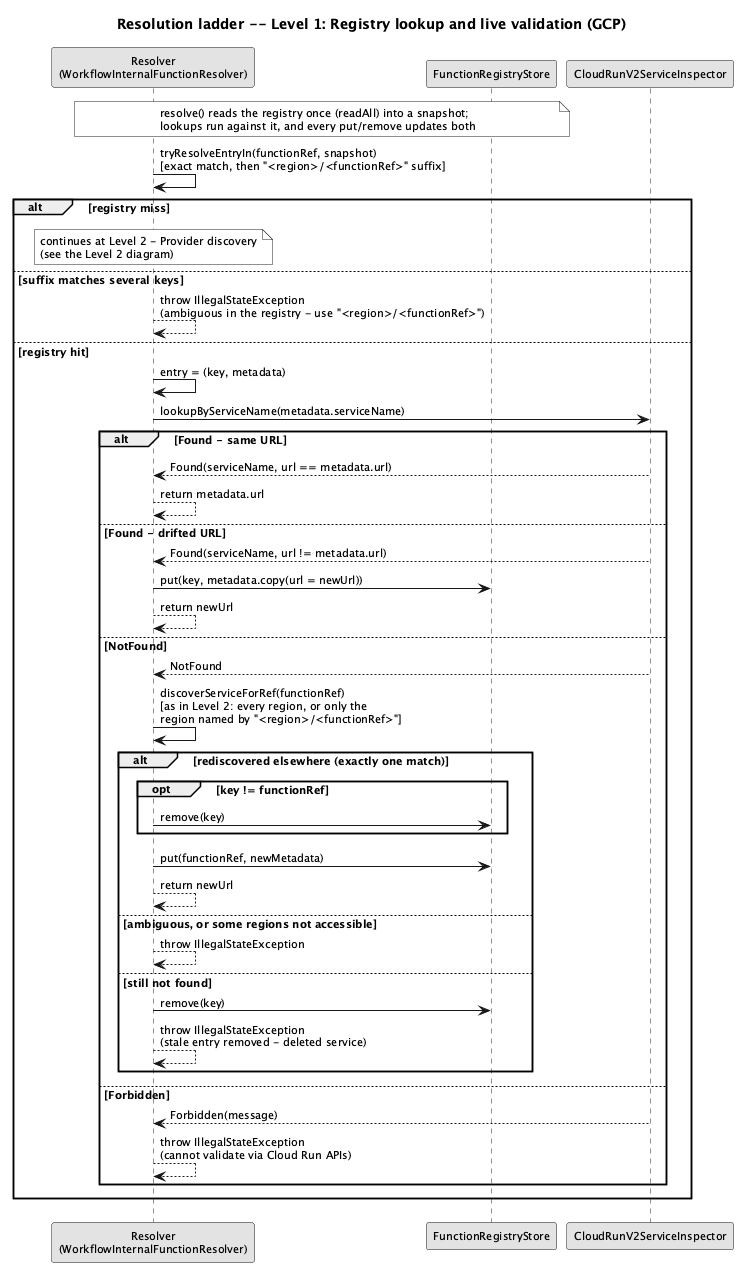
This is diagrams/resolution-cascade-level1-gcp.png from EngenheiroPedroCarvalho/ISEL-Thesis-2526, a PlantUML export, as it was before one commit.
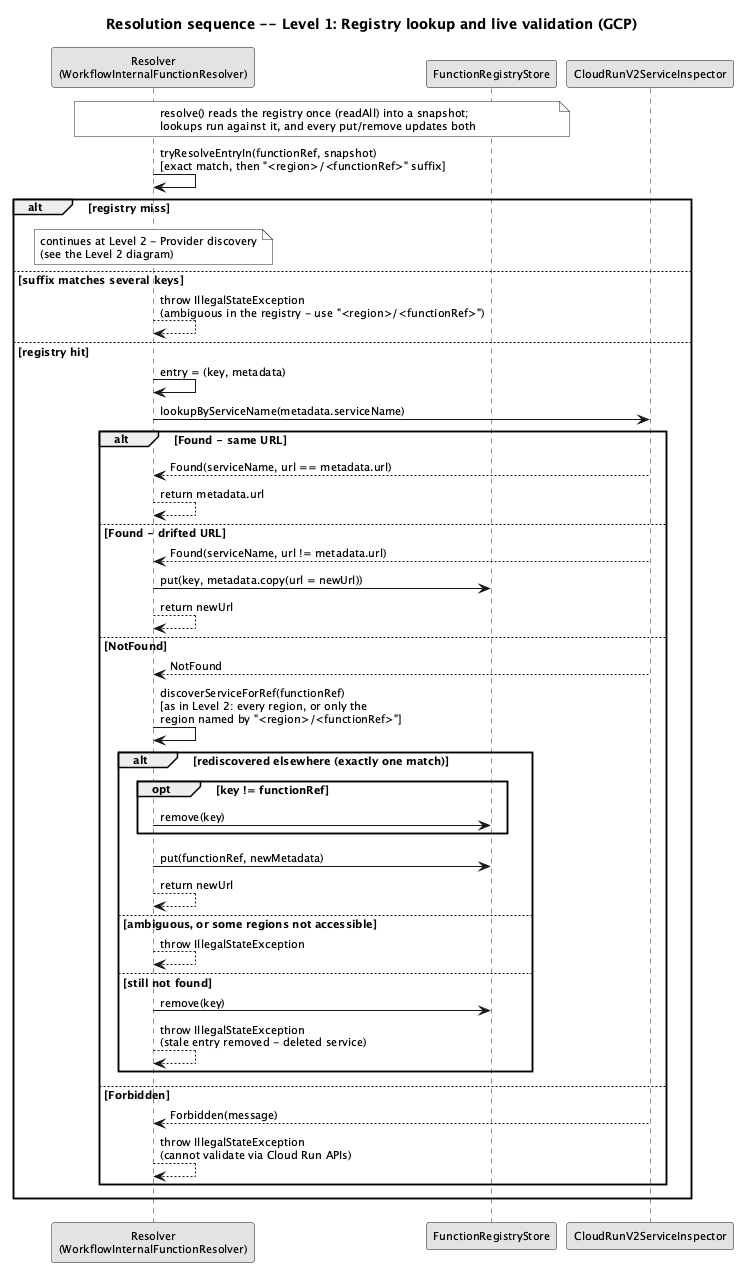
After the commit.

What changed in the source:
```diff
@@ -2,7 +2,7 @@
 skinparam monochrome true
 skinparam shadowing false
 skinparam defaultFontSize 11
-title Resolution ladder -- Level 1: Registry lookup and live validation (GCP)
+title Resolution sequence -- Level 1: Registry lookup and live validation (GCP)
 
 participant "Resolver\n(WorkflowInternalFunctionResolver)" as R
 participant "FunctionRegistryStore" as REG
```
